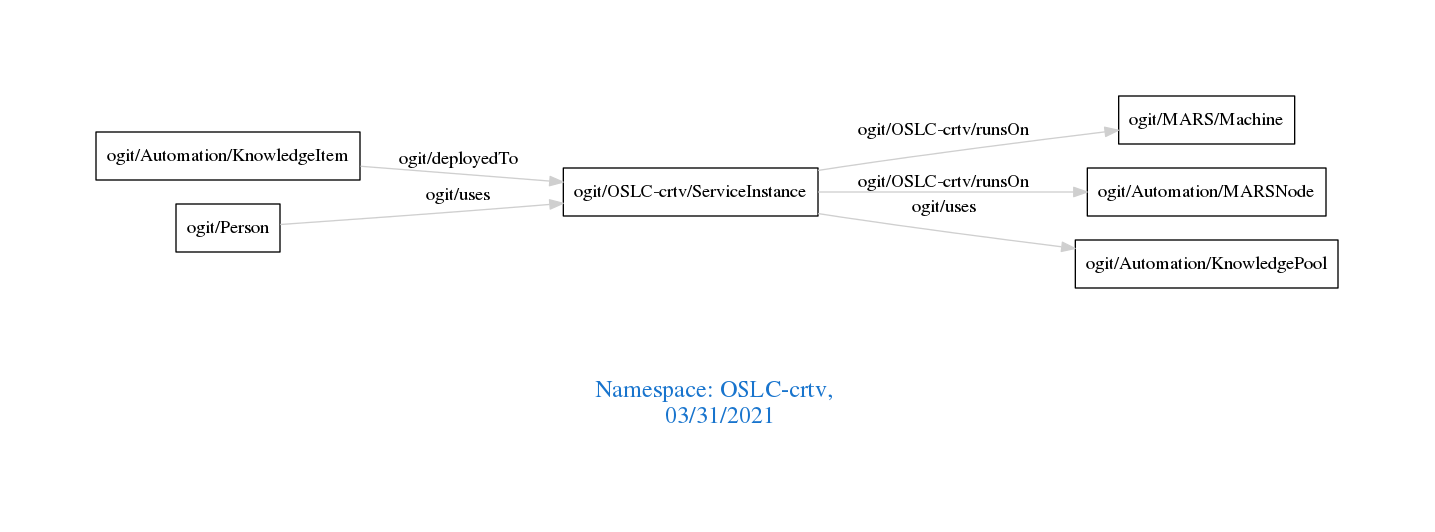
The Graphviz diagram downloads/OSLC-crtv.png in arago/OGIT, before a commit. Its source is kept beside it as downloads/OSLC-crtv.dot.
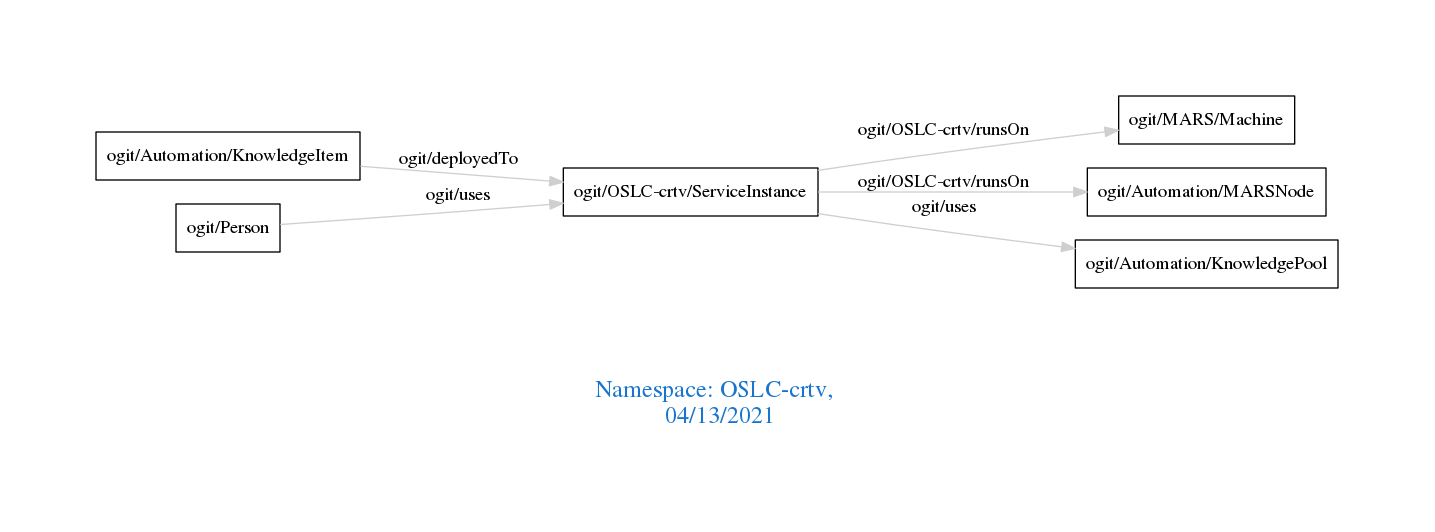
The same diagram one commit later.

What changed in the source:
```diff
@@ -1,7 +1,7 @@
 digraph OGIT_ontology {
  graph [ rankdir= LR,pad=1
 fontsize = 18,
-fontcolor= dodgerblue3,label = "\n\n\nNamespace: OSLC-crtv, \n 03/31/2021"];
+fontcolor= dodgerblue3,label = "\n\n\nNamespace: OSLC-crtv, \n 04/13/2021"];
 node[shape=polygon];
 edge [  color="gray81"];
 
```
